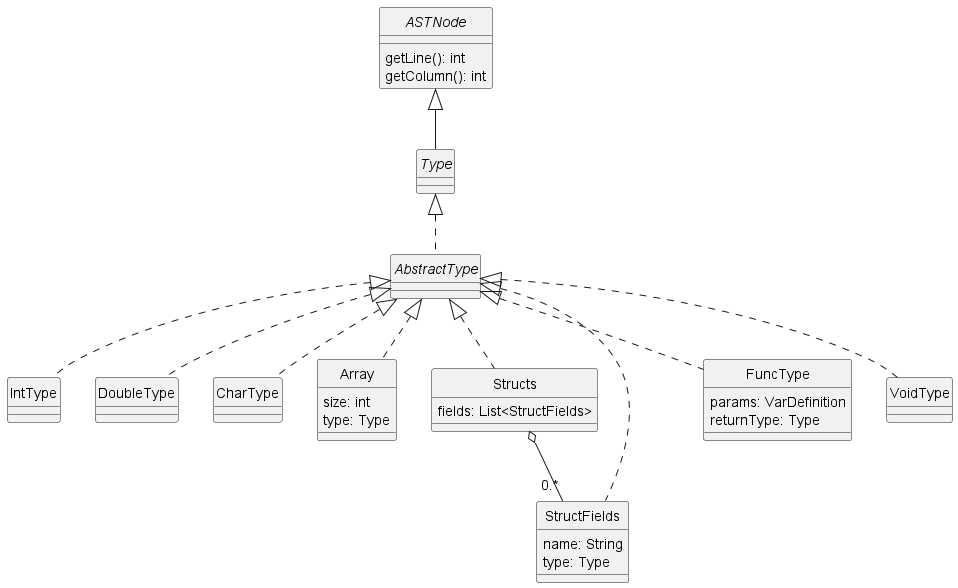
Earlier version of the PlantUML export docs/diagrams/Types.png (JonathanAriass/dlp-examen).
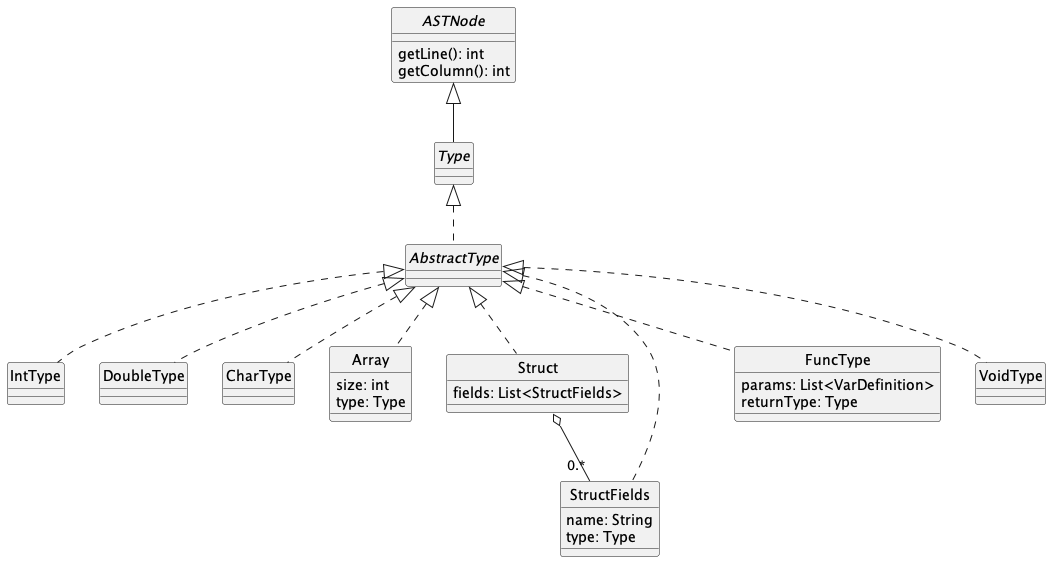
After the change.

Change to the diagram source:
```diff
@@ -34,21 +34,21 @@
 
 AbstractType <|.. Array
 
-class Structs {
+class Struct {
     fields: List<StructFields>
 }
 
-Structs  o-- "0.*" StructFields
+Struct  o-- "0.*" StructFields
 
 class StructFields implements AbstractType {
     name: String
     type: Type
 }
 
-AbstractType <|.. Structs
+AbstractType <|.. Struct
 
 class FuncType {
-    params: VarDefinition
+    params: List<VarDefinition>
     returnType: Type
 }
 
```
